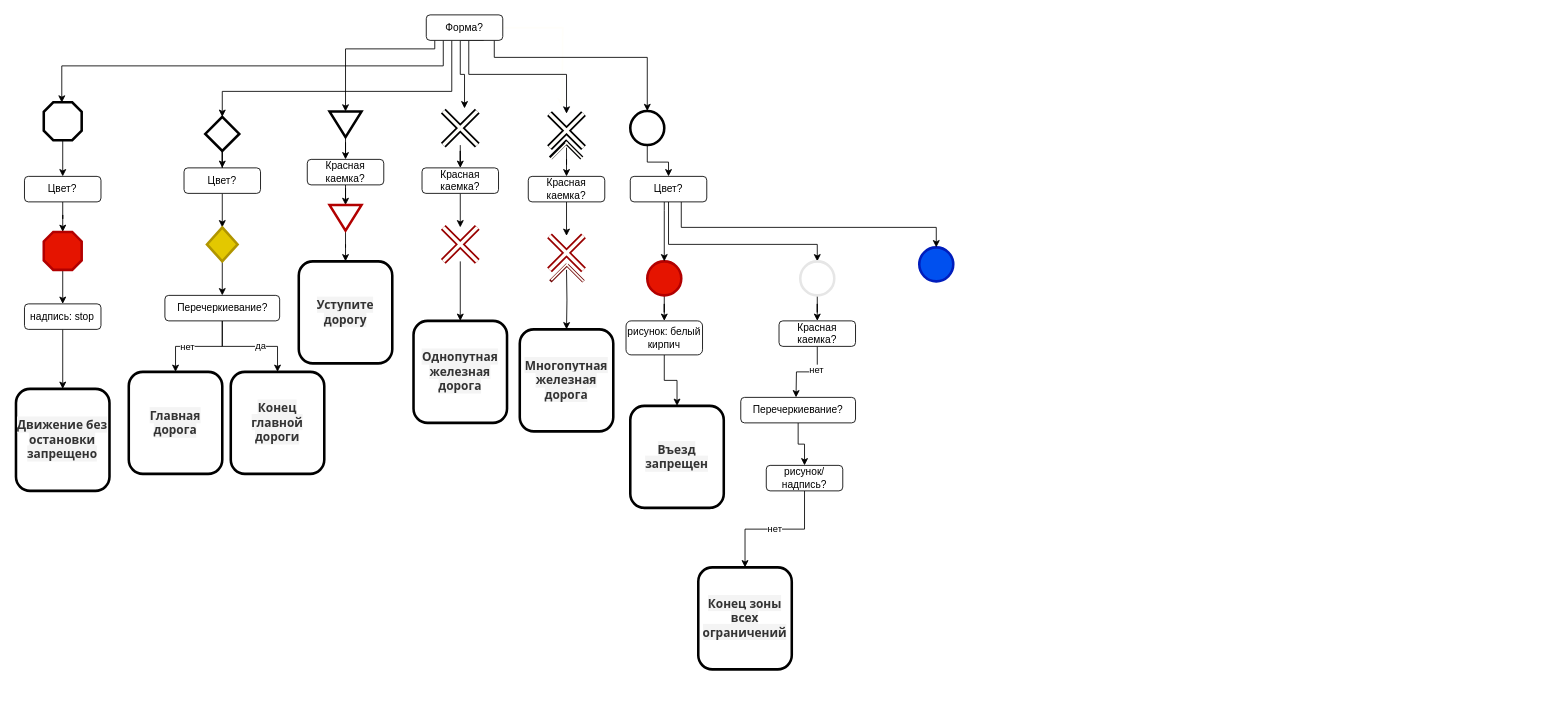
This is Untitled Diagram.drawio from Christinalis25/aframe, a draw.io file, before an edit. Source tidied: cells renumbered, new cells numbered last; positions are measured from the earlier drawing's top-left corner, leaving out a move shared by most shapes. Both pictures are drawn from the tidied source at 85%, with x=0, y=0 at pixel (15, 14).
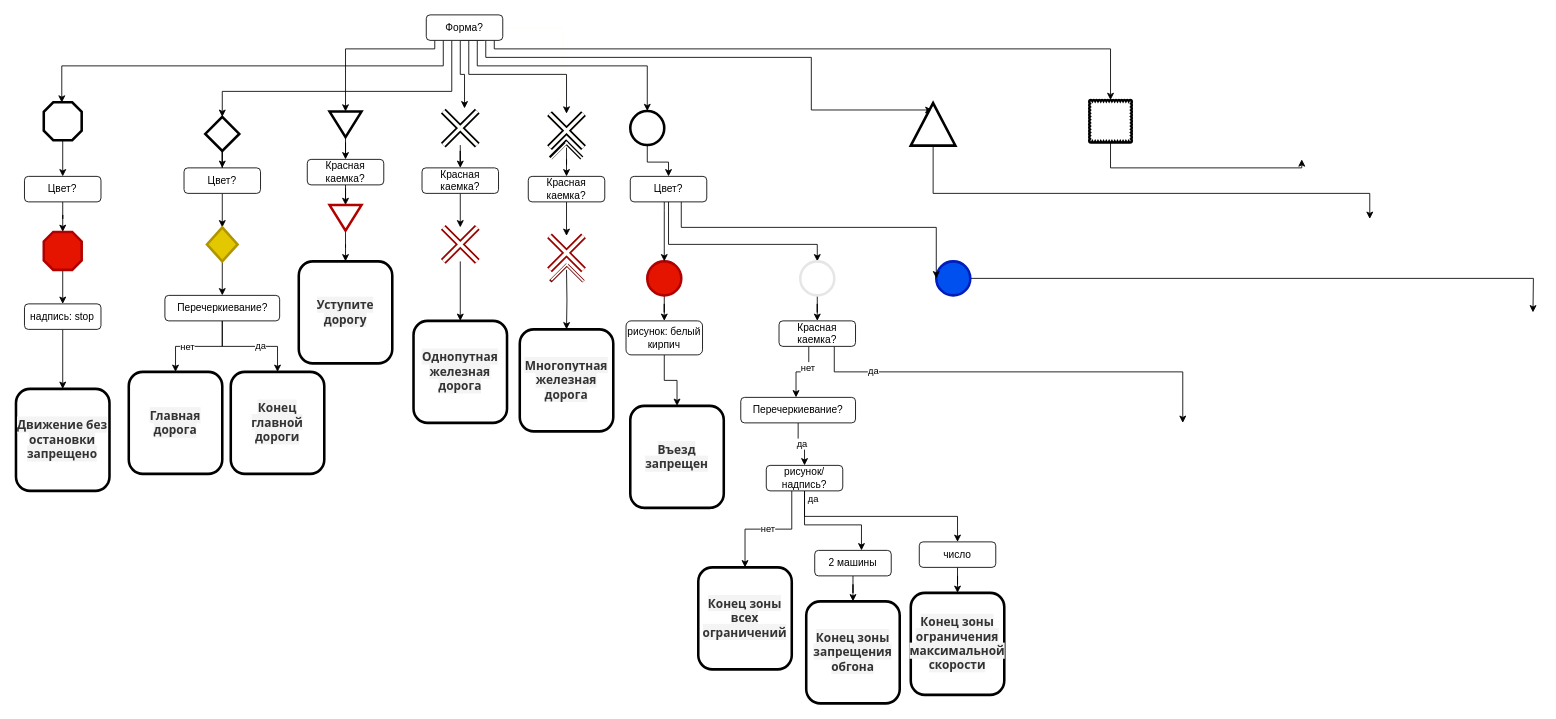
Above is the later version.

The change refers to these unchanged cells:
```xml
<mxCell id="9" value="Форма?" style="rounded=1;whiteSpace=wrap;html=1;" parent="1" vertex="1">
  <mxGeometry x="483" width="90" height="30" as="geometry" />
</mxCell>
<mxCell id="62" style="ellipse;whiteSpace=wrap;html=1;strokeWidth=3;fontSize=11;" parent="1" vertex="1">
  <mxGeometry x="723" y="113.2" width="40" height="40" as="geometry" />
</mxCell>
<mxCell id="81" value="Красная каемка?" style="rounded=1;whiteSpace=wrap;html=1;" parent="1" vertex="1">
  <mxGeometry x="898" y="360" width="90" height="30" as="geometry" />
</mxCell>
<mxCell id="83" value="Перечеркиевание?" style="rounded=1;whiteSpace=wrap;html=1;" parent="1" vertex="1">
  <mxGeometry x="853" y="450" width="135" height="30" as="geometry" />
</mxCell>
<mxCell id="84" value="&lt;span style=&quot;box-sizing: inherit ; border: 0px ; font-family: &amp;#34;open sans&amp;#34; , &amp;#34;arial&amp;#34; , sans-serif ; font-size: 14px ; font-weight: 700 ; margin: 0px ; outline: 0px ; padding: 0px ; vertical-align: baseline ; color: rgb(51 , 51 , 51) ; background-color: rgb(244 , 244 , 244)&quot;&gt;Конец зоны всех ограничений&lt;/span&gt;" style="rounded=1;whiteSpace=wrap;html=1;strokeWidth=3;direction=south;" parent="1" vertex="1">
  <mxGeometry x="803" y="650" width="110" height="120" as="geometry" />
</mxCell>
<mxCell id="86" value="рисунок/надпись?" style="rounded=1;whiteSpace=wrap;html=1;" parent="1" vertex="1">
  <mxGeometry x="883" y="530" width="90" height="30" as="geometry" />
</mxCell>
```

The edit, as a diff of the source:
```diff
@@
     <mxCell id="8" style="edgeStyle=orthogonalEdgeStyle;rounded=0;jumpStyle=none;jumpSize=7;jettySize=auto;html=1;entryX=0.5;entryY=0;entryDx=0;entryDy=0;strokeWidth=1;fontSize=11;" parent="1" edge="1" source="9" target="62">
       <mxGeometry relative="1" as="geometry">
         <Array as="points">
-          <mxPoint x="563" y="50" />
-          <mxPoint x="743" y="50" />
+          <mxPoint x="543" y="60" />
+          <mxPoint x="743" y="60" />
         </Array>
       </mxGeometry>
     </mxCell>
+    <mxCell id="87" style="edgeStyle=orthogonalEdgeStyle;rounded=0;jumpStyle=none;jumpSize=7;jettySize=auto;html=1;entryX=0.486;entryY=0.162;entryDx=0;entryDy=0;entryPerimeter=0;strokeColor=#000000;strokeWidth=1;fontSize=11;" parent="1" edge="1" source="9" target="102">
+      <mxGeometry relative="1" as="geometry">
+        <Array as="points">
+          <mxPoint x="553" y="50" />
+          <mxPoint x="936" y="50" />
+          <mxPoint x="936" y="112" />
+        </Array>
+      </mxGeometry>
+    </mxCell>
+    <mxCell id="88" style="edgeStyle=orthogonalEdgeStyle;rounded=0;jumpStyle=none;jumpSize=7;jettySize=auto;html=1;strokeColor=#000000;strokeWidth=1;fontSize=11;" parent="1" edge="1" source="9" target="104">
+      <mxGeometry relative="1" as="geometry">
+        <Array as="points">
+          <mxPoint x="563" y="40" />
+          <mxPoint x="1288" y="40" />
+        </Array>
+      </mxGeometry>
+    </mxCell>
@@
+    <mxCell id="89" style="edgeStyle=orthogonalEdgeStyle;rounded=0;jumpStyle=none;jumpSize=7;jettySize=auto;html=1;strokeColor=#000000;strokeWidth=1;fontSize=11;" parent="1" edge="1" source="65">
+      <mxGeometry relative="1" as="geometry">
+        <mxPoint x="1785" y="350" as="targetPoint" />
+      </mxGeometry>
+    </mxCell>
     <mxCell id="65" style="ellipse;whiteSpace=wrap;html=1;strokeWidth=3;fontSize=11;fillColor=#0050ef;strokeColor=#001DBC;fontColor=#ffffff;" parent="1" vertex="1">
-      <mxGeometry x="1063" y="273.5" width="40" height="40" as="geometry" />
+      <mxGeometry x="1083" y="290" width="40" height="40" as="geometry" />
     </mxCell>
@@
     <mxCell id="79" style="edgeStyle=orthogonalEdgeStyle;rounded=0;jumpStyle=none;jumpSize=7;jettySize=auto;html=1;strokeColor=#000000;strokeWidth=1;fontSize=11;" parent="1" edge="1" source="81">
       <mxGeometry relative="1" as="geometry">
         <mxPoint x="918" y="450" as="targetPoint" />
+        <Array as="points">
+          <mxPoint x="933" y="420" />
+          <mxPoint x="918" y="420" />
+        </Array>
       </mxGeometry>
     </mxCell>
@@
+    <mxCell id="90" style="edgeStyle=orthogonalEdgeStyle;rounded=0;jumpStyle=none;jumpSize=7;jettySize=auto;html=1;strokeColor=#000000;strokeWidth=1;fontSize=11;" parent="1" edge="1" source="81">
+      <mxGeometry relative="1" as="geometry">
+        <mxPoint x="1373" y="480" as="targetPoint" />
+        <Array as="points">
+          <mxPoint x="963" y="420" />
+          <mxPoint x="1373" y="420" />
+        </Array>
+      </mxGeometry>
+    </mxCell>
+    <mxCell id="91" value="да" style="edgeLabel;html=1;align=center;verticalAlign=middle;fontSize=11;" parent="90" vertex="1">
+      <mxGeometry x="-0.7" y="2" relative="1" as="geometry" />
+    </mxCell>
@@
-    <mxCell id="82" style="edgeStyle=orthogonalEdgeStyle;rounded=0;jumpStyle=none;jumpSize=7;jettySize=auto;html=1;entryX=0.5;entryY=0;entryDx=0;entryDy=0;strokeColor=#000000;strokeWidth=1;fontSize=11;" parent="1" edge="1" source="83" target="86">
+    <mxCell id="82" value="да" style="edgeStyle=orthogonalEdgeStyle;rounded=0;jumpStyle=none;jumpSize=7;jettySize=auto;html=1;entryX=0.5;entryY=0;entryDx=0;entryDy=0;strokeColor=#000000;strokeWidth=1;fontSize=11;" parent="1" edge="1" source="83" target="86">
       <mxGeometry relative="1" as="geometry" />
     </mxCell>
@@
     <mxCell id="85" value="нет" style="edgeStyle=orthogonalEdgeStyle;rounded=0;jumpStyle=none;jumpSize=7;jettySize=auto;html=1;strokeColor=#000000;strokeWidth=1;fontSize=11;" parent="1" edge="1" source="86" target="84">
-      <mxGeometry relative="1" as="geometry" />
+      <mxGeometry relative="1" as="geometry">
+        <Array as="points">
+          <mxPoint x="913" y="605" />
+          <mxPoint x="858" y="605" />
+        </Array>
+      </mxGeometry>
     </mxCell>
+    <mxCell id="92" style="edgeStyle=orthogonalEdgeStyle;rounded=0;jumpStyle=none;jumpSize=7;jettySize=auto;html=1;strokeColor=#000000;strokeWidth=1;fontSize=11;" parent="1" edge="1" source="86" target="97">
+      <mxGeometry relative="1" as="geometry">
+        <Array as="points">
+          <mxPoint x="928" y="600" />
+          <mxPoint x="995" y="600" />
+        </Array>
+      </mxGeometry>
+    </mxCell>
+    <mxCell id="93" style="edgeStyle=orthogonalEdgeStyle;rounded=0;jumpStyle=none;jumpSize=7;jettySize=auto;html=1;strokeColor=#000000;strokeWidth=1;fontSize=11;" parent="1" edge="1" source="86" target="95">
+      <mxGeometry relative="1" as="geometry">
+        <Array as="points">
+          <mxPoint x="928" y="590" />
+          <mxPoint x="1108" y="590" />
+        </Array>
+      </mxGeometry>
+    </mxCell>
@@
+    <mxCell id="94" style="edgeStyle=orthogonalEdgeStyle;rounded=0;jumpStyle=none;jumpSize=7;jettySize=auto;html=1;strokeColor=#000000;strokeWidth=1;fontSize=11;" parent="1" edge="1" source="95" target="98">
+      <mxGeometry relative="1" as="geometry" />
+    </mxCell>
+    <mxCell id="95" value="число" style="rounded=1;whiteSpace=wrap;html=1;" parent="1" vertex="1">
+      <mxGeometry x="1063" y="620" width="90" height="30" as="geometry" />
+    </mxCell>
+    <mxCell id="96" style="edgeStyle=orthogonalEdgeStyle;rounded=0;jumpStyle=none;jumpSize=7;jettySize=auto;html=1;strokeColor=#000000;strokeWidth=1;fontSize=11;" parent="1" edge="1" source="97" target="99">
+      <mxGeometry relative="1" as="geometry" />
+    </mxCell>
+    <mxCell id="97" value="2 машины" style="rounded=1;whiteSpace=wrap;html=1;" parent="1" vertex="1">
+      <mxGeometry x="940" y="630" width="90" height="30" as="geometry" />
+    </mxCell>
+    <mxCell id="98" value="&lt;span style=&quot;box-sizing: inherit ; border: 0px ; font-family: &amp;#34;open sans&amp;#34; , &amp;#34;arial&amp;#34; , sans-serif ; font-size: 14px ; font-weight: 700 ; margin: 0px ; outline: 0px ; padding: 0px ; vertical-align: baseline ; color: rgb(51 , 51 , 51) ; background-color: rgb(244 , 244 , 244)&quot;&gt;Конец зоны ограничения максимальной скорости&lt;/span&gt;" style="rounded=1;whiteSpace=wrap;html=1;strokeWidth=3;direction=south;" parent="1" vertex="1">
+      <mxGeometry x="1053" y="680" width="110" height="120" as="geometry" />
+    </mxCell>
+    <mxCell id="99" value="&lt;span style=&quot;box-sizing: inherit ; border: 0px ; font-family: &amp;#34;open sans&amp;#34; , &amp;#34;arial&amp;#34; , sans-serif ; font-size: 14px ; font-weight: 700 ; margin: 0px ; outline: 0px ; padding: 0px ; vertical-align: baseline ; color: rgb(51 , 51 , 51) ; background-color: rgb(244 , 244 , 244)&quot;&gt;Конец зоны запрещения обгона&lt;/span&gt;" style="rounded=1;whiteSpace=wrap;html=1;strokeWidth=3;direction=south;" parent="1" vertex="1">
+      <mxGeometry x="930" y="690" width="110" height="120" as="geometry" />
+    </mxCell>
+    <mxCell id="100" value="да" style="text;html=1;align=center;verticalAlign=middle;fontSize=11;" parent="1" vertex="1">
+      <mxGeometry x="923" y="560" width="30" height="20" as="geometry" />
+    </mxCell>
+    <mxCell id="101" style="edgeStyle=orthogonalEdgeStyle;rounded=0;jumpStyle=none;jumpSize=7;jettySize=auto;html=1;strokeColor=#000000;strokeWidth=1;fontSize=11;" parent="1" edge="1" source="102">
+      <mxGeometry relative="1" as="geometry">
+        <mxPoint x="1593" y="240" as="targetPoint" />
+        <Array as="points">
+          <mxPoint x="1079" y="210" />
+          <mxPoint x="1593" y="210" />
+        </Array>
+      </mxGeometry>
+    </mxCell>
+    <mxCell id="102" style="verticalLabelPosition=bottom;verticalAlign=top;html=1;shape=mxgraph.basic.acute_triangle;dx=0.5;strokeWidth=3;fontSize=11;" parent="1" vertex="1">
+      <mxGeometry x="1053" y="103.8" width="52.5" height="50" as="geometry" />
+    </mxCell>
+    <mxCell id="103" style="edgeStyle=orthogonalEdgeStyle;rounded=0;jumpStyle=none;jumpSize=7;jettySize=auto;html=1;strokeColor=#000000;strokeWidth=1;fontSize=11;" parent="1" edge="1" source="104">
+      <mxGeometry relative="1" as="geometry">
+        <mxPoint x="1513" y="170" as="targetPoint" />
+        <Array as="points">
+          <mxPoint x="1288" y="180" />
+          <mxPoint x="1513" y="180" />
+        </Array>
+      </mxGeometry>
+    </mxCell>
+    <mxCell id="104" style="whiteSpace=wrap;html=1;shape=mxgraph.basic.cloud_rect;strokeWidth=3;fontSize=11;" parent="1" vertex="1">
+      <mxGeometry x="1263" y="100.2" width="50" height="50" as="geometry" />
+    </mxCell>
```
